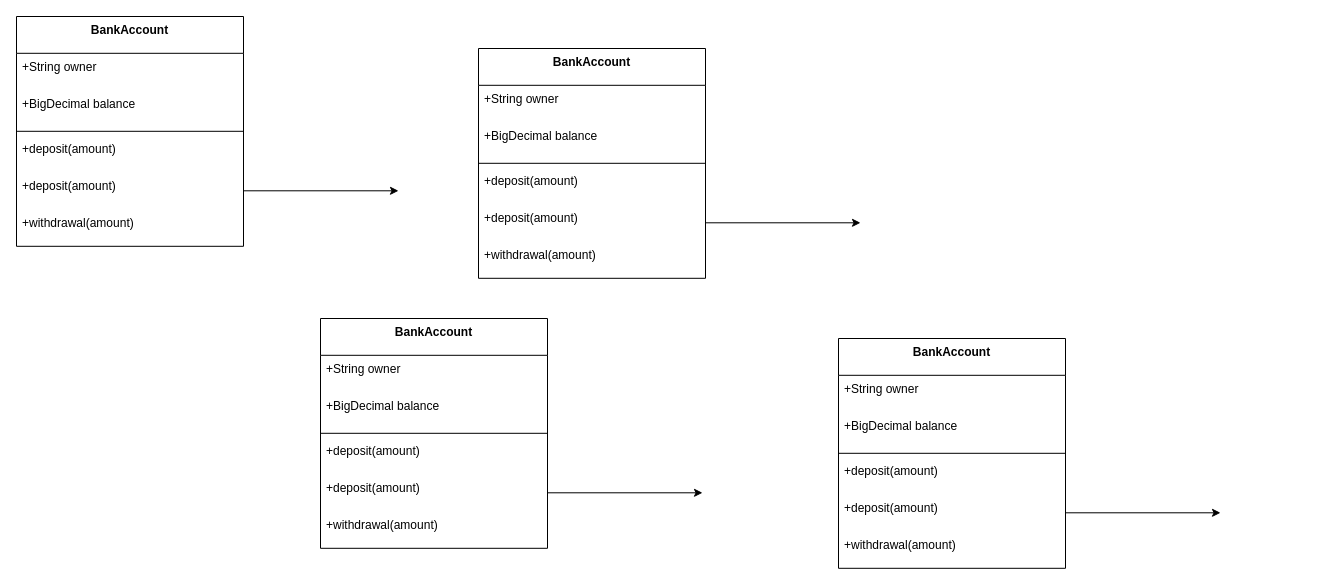
Above: Untitled Diagram.drawio in kvillacarillo/Draw-IO-Sample-Repository (draw.io), before the change. Source tidied: cells renumbered, new cells numbered last; positions are measured from the earlier drawing's top-left corner, leaving out a move shared by most shapes. Both pictures are drawn from the tidied source at 100%, with x=0, y=0 at pixel (16, 16).
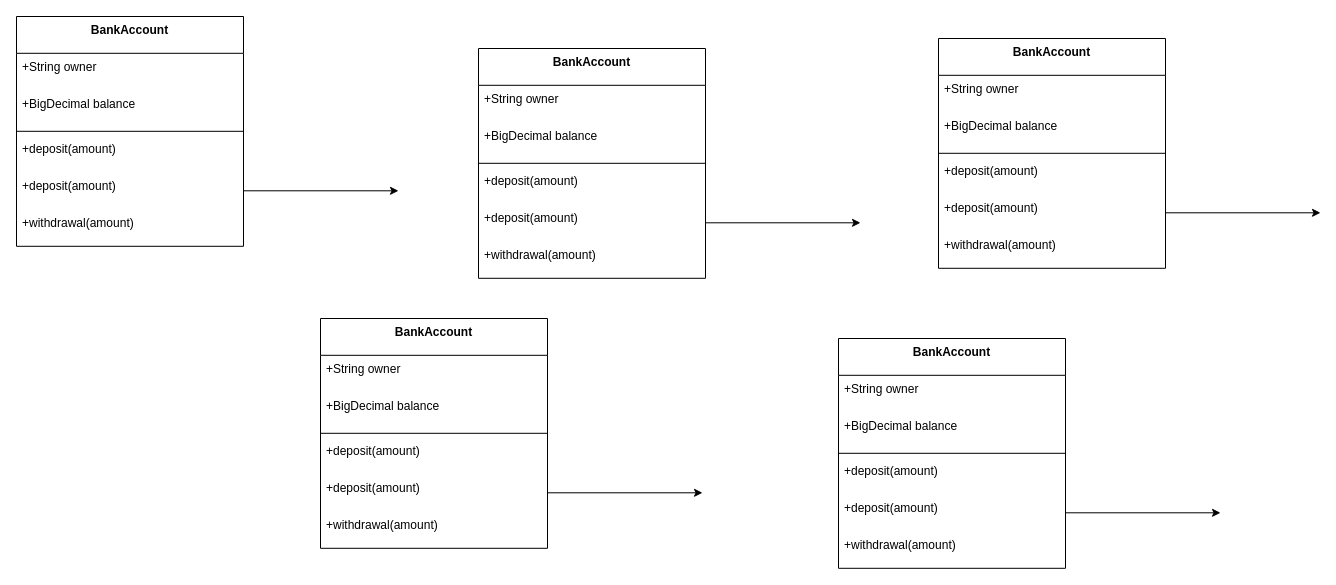
The same page after the edit.

The edit, as a diff of the source:
```diff
@@
+    <mxCell id="34" value="BankAccount" style="swimlane;fontStyle=1;align=center;verticalAlign=top;horizontal=1;startSize=36.8;" parent="1" vertex="1">
+      <mxGeometry x="922" y="22" width="227" height="229.8" as="geometry" />
+    </mxCell>
+    <mxCell id="35" value="+String owner" style="text;strokeColor=none;fillColor=none;align=left;verticalAlign=top;spacingLeft=4;spacingRight=4;overflow=hidden;" parent="34" vertex="1">
+      <mxGeometry y="36.8" width="227" height="37" as="geometry" />
+    </mxCell>
+    <mxCell id="36" value="+BigDecimal balance" style="text;strokeColor=none;fillColor=none;align=left;verticalAlign=top;spacingLeft=4;spacingRight=4;overflow=hidden;" parent="34" vertex="1">
+      <mxGeometry y="73.8" width="227" height="37" as="geometry" />
+    </mxCell>
+    <mxCell id="37" style="line;strokeWidth=1;fillColor=none;align=left;verticalAlign=middle;spacingTop=-1;spacingLeft=3;spacingRight=3;labelPosition=right;strokeColor=inherit;" parent="34" vertex="1">
+      <mxGeometry y="110.8" width="227" height="8" as="geometry" />
+    </mxCell>
+    <mxCell id="38" value="+deposit(amount)" style="text;strokeColor=none;fillColor=none;align=left;verticalAlign=top;spacingLeft=4;spacingRight=4;overflow=hidden;" parent="34" vertex="1">
+      <mxGeometry y="118.8" width="227" height="37" as="geometry" />
+    </mxCell>
+    <mxCell id="39" style="edgeStyle=orthogonalEdgeStyle;rounded=0;jettySize=auto;html=1;" parent="34" edge="1" source="40">
+      <mxGeometry relative="1" as="geometry">
+        <mxPoint x="382" y="174.3" as="targetPoint" />
+      </mxGeometry>
+    </mxCell>
+    <mxCell id="40" value="+deposit(amount)" style="text;strokeColor=none;fillColor=none;align=left;verticalAlign=top;spacingLeft=4;spacingRight=4;overflow=hidden;points=[[0,0.5],[1,0.5]];portConstraint=eastwest;" parent="34" vertex="1">
+      <mxGeometry y="155.8" width="227" height="37" as="geometry" />
+    </mxCell>
+    <mxCell id="41" value="+withdrawal(amount)" style="text;strokeColor=none;fillColor=none;align=left;verticalAlign=top;spacingLeft=4;spacingRight=4;overflow=hidden;" parent="34" vertex="1">
+      <mxGeometry y="192.8" width="227" height="37" as="geometry" />
+    </mxCell>
```
